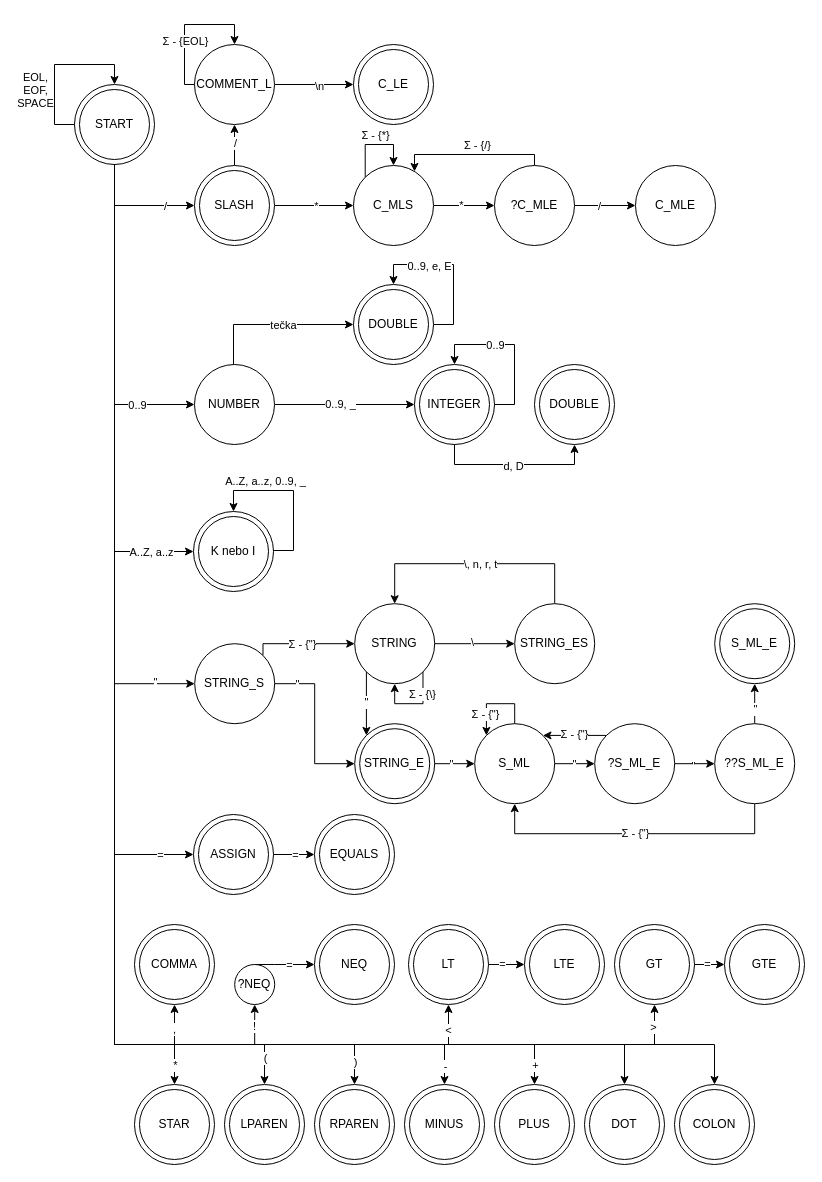
Before: doc/other/lexer.drawio in Zero5G/ifj-project, a draw.io diagram. Source tidied: cells renumbered, new cells numbered last; positions are measured from the earlier drawing's top-left corner, leaving out a move shared by most shapes. Both pictures are drawn from the tidied source at 100%, with x=0, y=0 at pixel (54, 24).
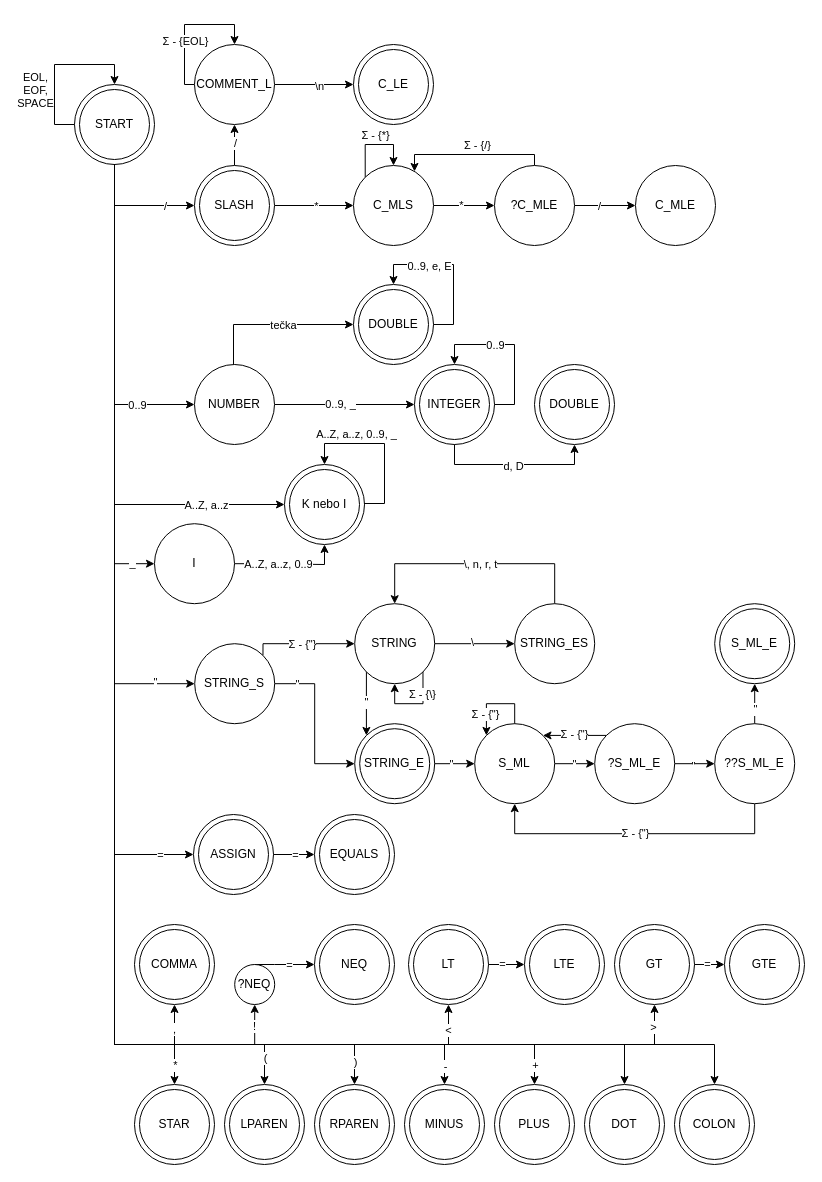
The same diagram, later.

Commit message:
fsm: add support for identif. starting with _

Unchanged cells that the change refers to:
```xml
<mxCell id="44" style="ellipse;whiteSpace=wrap;html=1;shapeInside=1;" parent="43" vertex="1">
  <mxGeometry width="80" height="80" as="geometry" />
</mxCell>
<mxCell id="49" style="ellipse;whiteSpace=wrap;html=1;shapeInside=1;" parent="48" vertex="1">
  <mxGeometry width="80" height="80" as="geometry" />
</mxCell>
```

The edit, as a diff of the source:
```diff
@@
     <mxCell id="6" style="edgeStyle=orthogonalEdgeStyle;rounded=0;jettySize=auto;html=1;exitX=0.5;exitY=1;exitDx=0;exitDy=0;" parent="1" edge="1" source="44" target="49">
       <mxGeometry relative="1" as="geometry">
         <Array as="points">
-          <mxPoint x="60" y="527" />
+          <mxPoint x="60" y="480" />
         </Array>
       </mxGeometry>
     </mxCell>
     <mxCell id="7" value="A..Z, a..z" style="edgeLabel;html=1;align=center;verticalAlign=middle;" parent="6" vertex="1">
       <mxGeometry x="0.81" y="1" relative="1" as="geometry">
-        <mxPoint x="1" y="1" as="offset" />
+        <mxPoint x="-31" y="1" as="offset" />
       </mxGeometry>
     </mxCell>
@@
     <mxCell id="48" style="group;" parent="1" vertex="1">
-      <mxGeometry x="139" y="487" width="80" height="80" as="geometry" />
+      <mxGeometry x="230" y="440" width="80" height="80" as="geometry" />
     </mxCell>
@@
+    <mxCell id="180" style="edgeStyle=orthogonalEdgeStyle;rounded=0;jettySize=auto;html=1;exitX=1;exitY=0.5;exitDx=0;exitDy=0;entryX=0.5;entryY=1;entryDx=0;entryDy=0;" parent="1" edge="1" source="182" target="49">
+      <mxGeometry relative="1" as="geometry" />
+    </mxCell>
+    <mxCell id="181" value="A..Z, a..z, 0..9" style="edgeLabel;html=1;align=center;verticalAlign=middle;" parent="180" vertex="1">
+      <mxGeometry x="-0.21" y="1" relative="1" as="geometry" />
+    </mxCell>
+    <mxCell id="182" value="I" style="ellipse;whiteSpace=wrap;html=1;shapeInside=1;" parent="1" vertex="1">
+      <mxGeometry x="100" y="499.2" width="80" height="80" as="geometry" />
+    </mxCell>
+    <mxCell id="183" style="edgeStyle=orthogonalEdgeStyle;rounded=0;jettySize=auto;html=1;exitX=0.5;exitY=1;exitDx=0;exitDy=0;entryX=0;entryY=0.5;entryDx=0;entryDy=0;" parent="1" edge="1" source="44" target="182">
+      <mxGeometry relative="1" as="geometry" />
+    </mxCell>
+    <mxCell id="184" value="_" style="edgeLabel;html=1;align=center;verticalAlign=middle;" parent="183" vertex="1">
+      <mxGeometry x="0.9" y="1" relative="1" as="geometry" />
+    </mxCell>
```
